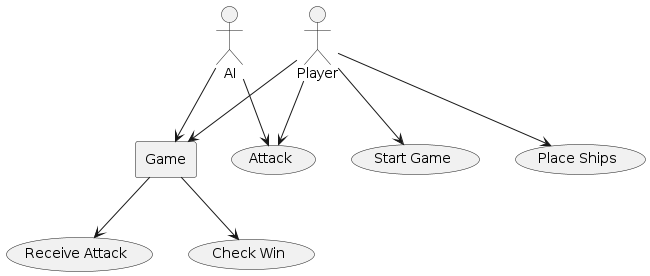
Before: Final_Project/uml/Context_View.png, a diagram exported from PlantUML (joywalgren/FinalProject_OOP).
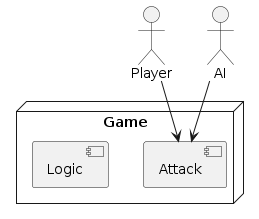
After the change.

Commit message:
context view uml

The edit, as a diff of the source:
```diff
@@ -1,19 +1,13 @@
 @startuml Context_View
 actor Player
 actor AI
-rectangle "Game" as Game
-usecase "Start Game"
-usecase "Place Ships"
-usecase "Attack"
-usecase "Receive Attack"
-usecase "Check Win"
 
-Player --> "Start Game"
-Player --> "Place Ships"
+node "Game"{
+    component "Attack"
+    component "Logic"
+}
+
+
 Player --> "Attack"
-Player --> Game
-Game --> "Receive Attack"
-Game --> "Check Win"
 AI --> "Attack"
-AI --> Game
 @enduml
```
